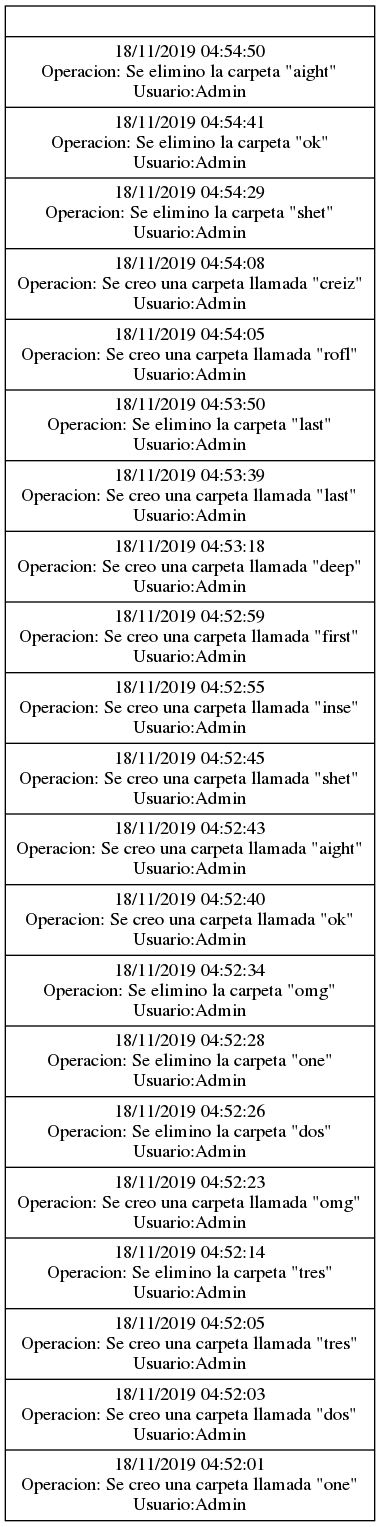
Earlier version of the Graphviz export Reports/pila.png (JPineda12/EDD_2S2019_PY2_201404405). Its source is kept beside it as Reports/pila.dot.
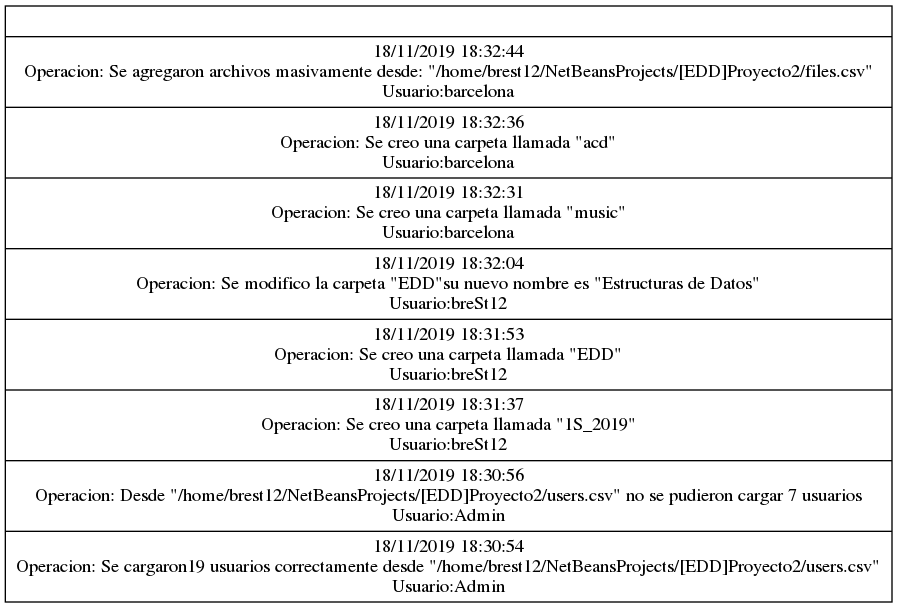
Later version of the same file.

The edit, as a diff of the source:
```diff
@@ -1,4 +1,4 @@
 digraph stack{
     node [shape=record];
-    pila[label="{|18/11/2019 04:54:50\nOperacion: Se elimino la carpeta \"aight\"\nUsuario:Admin|18/11/2019 04:54:41\nOperacion: Se elimino la carpeta \"ok\"\nUsuario:Admin|18/11/2019 04:54:29\nOperacion: Se elimino la carpeta \"shet\"\nUsuario:Admin|18/11/2019 04:54:08\nOperacion: Se creo una carpeta llamada \"creiz\"\nUsuario:Admin|18/11/2019 04:54:05\nOperacion: Se creo una carpeta llamada \"rofl\"\nUsuario:Admin|18/11/2019 04:53:50\nOperacion: Se elimino la carpeta \"last\"\nUsuario:Admin|18/11/2019 04:53:39\nOperacion: Se creo una carpeta llamada \"last\"\nUsuario:Admin|18/11/2019 04:53:18\nOperacion: Se creo una carpeta llamada \"deep\"\nUsuario:Admin|18/11/2019 04:52:59\nOperacion: Se creo una carpeta llamada \"first\"\nUsuario:Admin|18/11/2019 04:52:55\nOperacion: Se creo una carpeta llamada \"inse\"\nUsuario:Admin|18/11/2019 04:52:45\nOperacion: Se creo una carpeta llamada \"shet\"\nUsuario:Admin|18/11/2019 04:52:43\nOperacion: Se creo una carpeta llamada \"aight\"\nUsuario:Admin|18/11/2019 04:52:40\nOperacion: Se creo una carpeta llamada \"ok\"\nUsuario:Admin|18/11/2019 04:52:34\nOperacion: Se elimino la carpeta \"omg\"\nUsuario:Admin|18/11/2019 04:52:28\nOperacion: Se elimino la carpeta \"one\"\nUsuario:Admin|18/11/2019 04:52:26\nOperacion: Se elimino la carpeta \"dos\"\nUsuario:Admin|18/11/2019 04:52:23\nOperacion: Se creo una carpeta llamada \"omg\"\nUsuario:Admin|18/11/2019 04:52:14\nOperacion: Se elimino la carpeta \"tres\"\nUsuario:Admin|18/11/2019 04:52:05\nOperacion: Se creo una carpeta llamada \"tres\"\nUsuario:Admin|18/11/2019 04:52:03\nOperacion: Se creo una carpeta llamada \"dos\"\nUsuario:Admin|18/11/2019 04:52:01\nOperacion: Se creo una carpeta llamada \"one\"\nUsuario:Admin}"];
+    pila[label="{|18/11/2019 18:32:44\nOperacion: Se agregaron archivos masivamente desde: \"/home/brest12/NetBeansProjects/[EDD]Proyecto2/files.csv\"\nUsuario:barcelona|18/11/2019 18:32:36\nOperacion: Se creo una carpeta llamada \"acd\"\nUsuario:barcelona|18/11/2019 18:32:31\nOperacion: Se creo una carpeta llamada \"music\"\nUsuario:barcelona|18/11/2019 18:32:04\nOperacion: Se modifico la carpeta \"EDD\"su nuevo nombre es \"Estructuras de Datos\"\nUsuario:breSt12|18/11/2019 18:31:53\nOperacion: Se creo una carpeta llamada \"EDD\"\nUsuario:breSt12|18/11/2019 18:31:37\nOperacion: Se creo una carpeta llamada \"1S_2019\"\nUsuario:breSt12|18/11/2019 18:30:56\nOperacion: Desde \"/home/brest12/NetBeansProjects/[EDD]Proyecto2/users.csv\" no se pudieron cargar 7 usuarios\nUsuario:Admin|18/11/2019 18:30:54\nOperacion: Se cargaron19 usuarios correctamente desde \"/home/brest12/NetBeansProjects/[EDD]Proyecto2/users.csv\"\nUsuario:Admin}"];
 }
```
